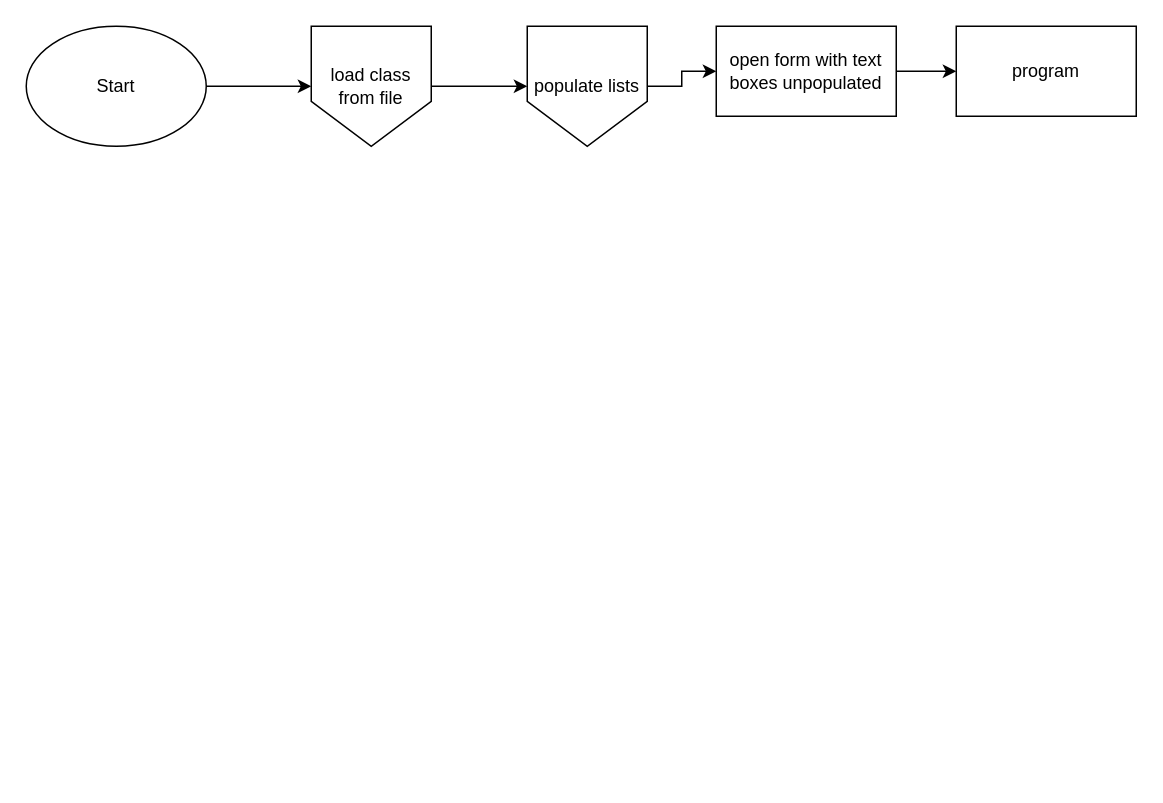
NPITX-programs/AdressBook keeps this draw.io diagram as .github/Refferences/flowchart.drawio. Above is the earlier version. Source tidied: cells renumbered, new cells numbered last; positions are measured from the earlier drawing's top-left corner, leaving out a move shared by most shapes. Both pictures are drawn from the tidied source at 150%, with x=0, y=0 at pixel (26, 26).
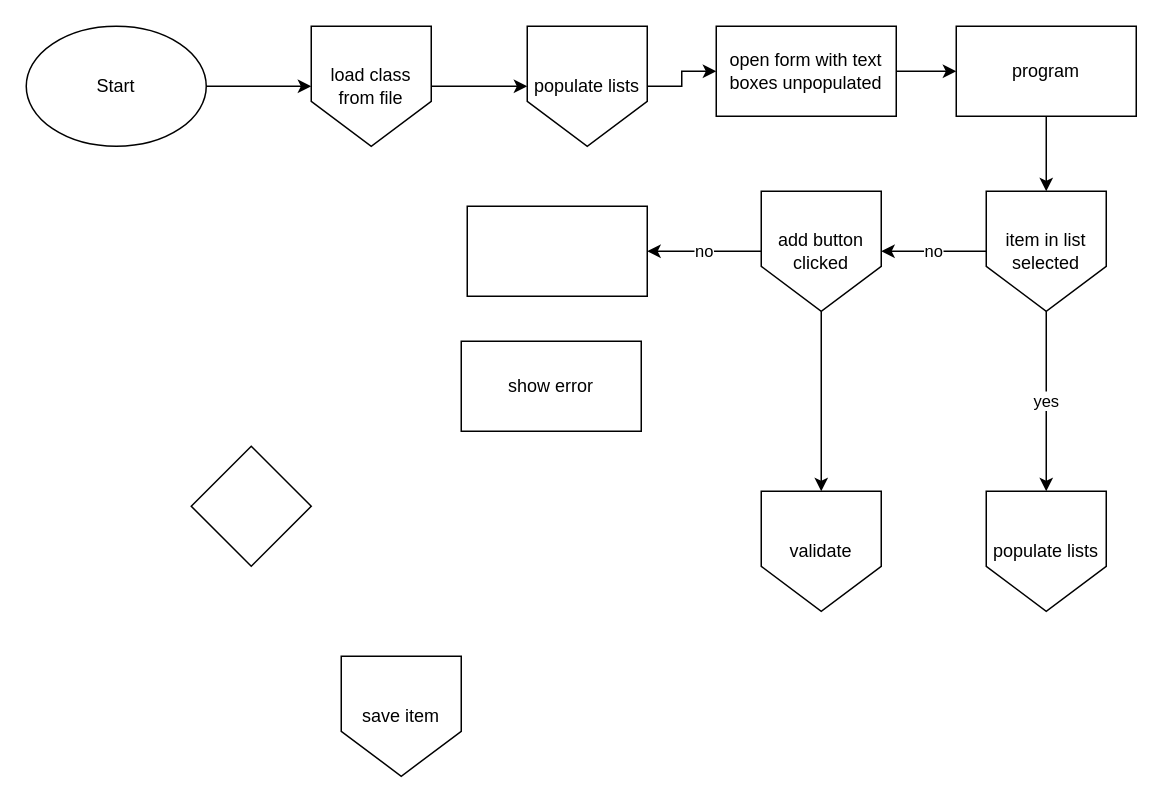
Above is the later version.

Commit message:
start with logic

start with logic

The change refers to these unchanged cells:
```xml
<mxCell id="10" value="program" style="rounded=0;whiteSpace=wrap;html=1;" parent="1" vertex="1">
  <mxGeometry x="620" width="120" height="60" as="geometry" />
</mxCell>
```

What changed in the source:
```diff
@@
+    <mxCell id="11" style="edgeStyle=orthogonalEdgeStyle;rounded=0;jettySize=auto;html=1;" parent="1" edge="1" source="10" target="14">
+      <mxGeometry relative="1" as="geometry" />
+    </mxCell>
@@
+    <mxCell id="12" value="no" style="edgeStyle=orthogonalEdgeStyle;rounded=0;jettySize=auto;html=1;" parent="1" edge="1" source="14" target="17">
+      <mxGeometry relative="1" as="geometry" />
+    </mxCell>
+    <mxCell id="13" value="yes" style="edgeStyle=orthogonalEdgeStyle;rounded=0;jettySize=auto;html=1;" parent="1" edge="1" source="14" target="18">
+      <mxGeometry relative="1" as="geometry" />
+    </mxCell>
+    <mxCell id="14" value="item in list selected" style="shape=offPageConnector;whiteSpace=wrap;html=1;" parent="1" vertex="1">
+      <mxGeometry x="640" y="110" width="80" height="80" as="geometry" />
+    </mxCell>
+    <mxCell id="15" style="edgeStyle=orthogonalEdgeStyle;rounded=0;jettySize=auto;html=1;" parent="1" edge="1" source="17" target="21">
+      <mxGeometry relative="1" as="geometry" />
+    </mxCell>
+    <mxCell id="16" value="no" style="edgeStyle=orthogonalEdgeStyle;rounded=0;jettySize=auto;html=1;" parent="1" edge="1" source="17" target="20">
+      <mxGeometry relative="1" as="geometry" />
+    </mxCell>
+    <mxCell id="17" value="add button clicked" style="shape=offPageConnector;whiteSpace=wrap;html=1;" parent="1" vertex="1">
+      <mxGeometry x="490" y="110" width="80" height="80" as="geometry" />
+    </mxCell>
+    <mxCell id="18" value="populate lists" style="shape=offPageConnector;whiteSpace=wrap;html=1;" parent="1" vertex="1">
+      <mxGeometry x="640" y="310" width="80" height="80" as="geometry" />
+    </mxCell>
+    <mxCell id="19" value="save item" style="shape=offPageConnector;whiteSpace=wrap;html=1;" parent="1" vertex="1">
+      <mxGeometry x="210" y="420" width="80" height="80" as="geometry" />
+    </mxCell>
+    <mxCell id="20" style="rounded=0;whiteSpace=wrap;html=1;" parent="1" vertex="1">
+      <mxGeometry x="294" y="120" width="120" height="60" as="geometry" />
+    </mxCell>
+    <mxCell id="21" value="validate" style="shape=offPageConnector;whiteSpace=wrap;html=1;" parent="1" vertex="1">
+      <mxGeometry x="490" y="310" width="80" height="80" as="geometry" />
+    </mxCell>
+    <mxCell id="22" value="show error" style="rounded=0;whiteSpace=wrap;html=1;" parent="1" vertex="1">
+      <mxGeometry x="290" y="210" width="120" height="60" as="geometry" />
+    </mxCell>
+    <mxCell id="23" style="rhombus;whiteSpace=wrap;html=1;" parent="1" vertex="1">
+      <mxGeometry x="110" y="280" width="80" height="80" as="geometry" />
+    </mxCell>
```
